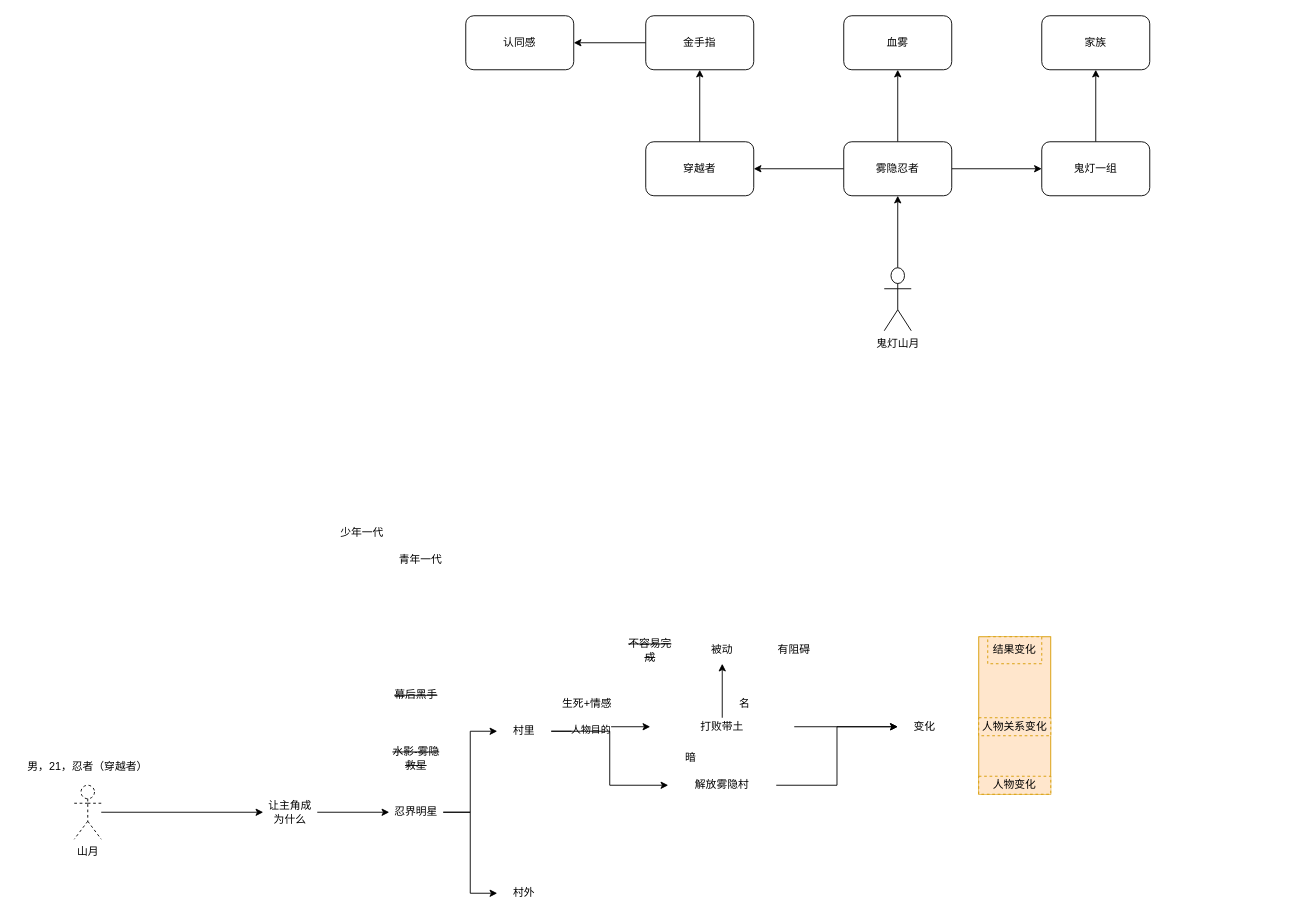
The draw.io diagram 项目图/未命名绘图.drawio in train42/image-host, before the edit. Source tidied: cells renumbered, new cells numbered last; positions are measured from the earlier drawing's top-left corner, leaving out a move shared by most shapes. Both pictures are drawn from the tidied source at 90%, with x=0, y=0 at pixel (15, 15).
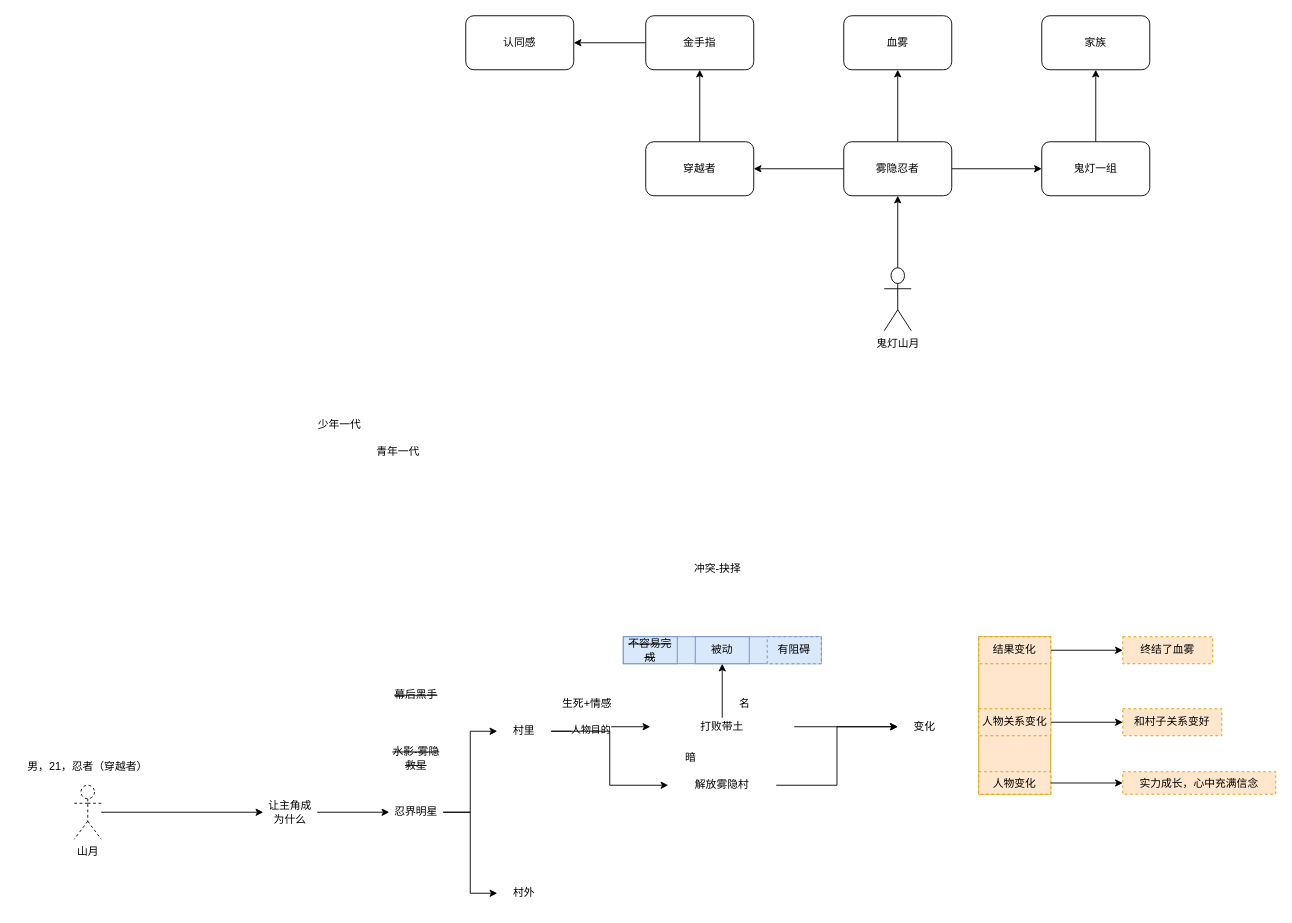
The same diagram, later.

Commit message:
更新未命名绘图.drawio

Unchanged cells that the change refers to:
```xml
<mxCell id="47" style="group;fillColor=#ffe6cc;strokeColor=#d79b00;" parent="1" vertex="1">
  <mxGeometry x="1070" y="690" width="80" height="175" as="geometry" />
</mxCell>
```

Change to the diagram source:
```diff
@@
     <mxCell id="29" value="少年一代" style="text;html=1;strokeColor=none;fillColor=none;align=center;verticalAlign=middle;whiteSpace=wrap;rounded=0;" parent="1" vertex="1">
-      <mxGeometry x="355" y="560" width="60" height="30" as="geometry" />
+      <mxGeometry x="330" y="440" width="60" height="30" as="geometry" />
     </mxCell>
     <mxCell id="30" value="青年一代" style="text;html=1;strokeColor=none;fillColor=none;align=center;verticalAlign=middle;whiteSpace=wrap;rounded=0;" parent="1" vertex="1">
-      <mxGeometry x="420" y="590" width="60" height="30" as="geometry" />
+      <mxGeometry x="395" y="470" width="60" height="30" as="geometry" />
     </mxCell>
@@
-    <mxCell id="34" style="group;" parent="1" vertex="1">
+    <mxCell id="34" style="group;fillColor=#dae8fc;strokeColor=#6c8ebf;" parent="1" vertex="1">
       <mxGeometry x="675" y="690" width="220" height="30" as="geometry" />
     </mxCell>
-    <mxCell id="35" value="&lt;strike&gt;不容易完成&lt;/strike&gt;" style="text;html=1;strokeColor=none;fillColor=none;align=center;verticalAlign=middle;whiteSpace=wrap;rounded=0;" parent="34" vertex="1">
+    <mxCell id="35" value="&lt;strike&gt;不容易完成&lt;/strike&gt;" style="text;html=1;strokeColor=#6c8ebf;fillColor=#dae8fc;align=center;verticalAlign=middle;whiteSpace=wrap;rounded=0;" parent="34" vertex="1">
       <mxGeometry width="60" height="30" as="geometry" />
     </mxCell>
-    <mxCell id="36" value="被动" style="text;html=1;strokeColor=none;fillColor=none;align=center;verticalAlign=middle;whiteSpace=wrap;rounded=0;" parent="34" vertex="1">
+    <mxCell id="36" value="被动" style="text;html=1;strokeColor=#6c8ebf;fillColor=#dae8fc;align=center;verticalAlign=middle;whiteSpace=wrap;rounded=0;" parent="34" vertex="1">
       <mxGeometry x="80" width="60" height="30" as="geometry" />
     </mxCell>
-    <mxCell id="37" value="有阻碍" style="text;html=1;strokeColor=none;fillColor=none;align=center;verticalAlign=middle;whiteSpace=wrap;rounded=0;dashed=1;" parent="34" vertex="1">
+    <mxCell id="37" value="有阻碍" style="text;html=1;strokeColor=#6c8ebf;fillColor=#dae8fc;align=center;verticalAlign=middle;whiteSpace=wrap;rounded=0;dashed=1;" parent="34" vertex="1">
       <mxGeometry x="160" width="60" height="30" as="geometry" />
     </mxCell>
@@
     <mxCell id="48" value="结果变化" style="text;html=1;strokeColor=#d79b00;fillColor=#ffe6cc;align=center;verticalAlign=middle;whiteSpace=wrap;rounded=0;dashed=1;" parent="47" vertex="1">
-      <mxGeometry x="10" width="60" height="30" as="geometry" />
+      <mxGeometry width="80" height="30" as="geometry" />
     </mxCell>
     <mxCell id="49" value="人物关系变化" style="text;html=1;strokeColor=#d79b00;fillColor=#ffe6cc;align=center;verticalAlign=middle;whiteSpace=wrap;rounded=0;dashed=1;" parent="47" vertex="1">
-      <mxGeometry y="90" width="80" height="20" as="geometry" />
+      <mxGeometry y="80" width="80" height="30" as="geometry" />
     </mxCell>
     <mxCell id="50" value="人物变化" style="text;html=1;strokeColor=#d79b00;fillColor=#ffe6cc;align=center;verticalAlign=middle;whiteSpace=wrap;rounded=0;dashed=1;" parent="47" vertex="1">
-      <mxGeometry y="155" width="80" height="20" as="geometry" />
+      <mxGeometry y="150" width="80" height="25" as="geometry" />
     </mxCell>
+    <mxCell id="51" value="和村子关系变好" style="text;html=1;strokeColor=#d79b00;fillColor=#ffe6cc;align=center;verticalAlign=middle;whiteSpace=wrap;rounded=0;dashed=1;" parent="1" vertex="1">
+      <mxGeometry x="1230" y="770" width="110" height="30" as="geometry" />
+    </mxCell>
+    <mxCell id="52" style="edgeStyle=orthogonalEdgeStyle;rounded=0;jettySize=auto;html=1;" parent="1" edge="1" source="49" target="51">
+      <mxGeometry relative="1" as="geometry" />
+    </mxCell>
+    <mxCell id="53" value="终结了血雾" style="text;html=1;strokeColor=#d79b00;fillColor=#ffe6cc;align=center;verticalAlign=middle;whiteSpace=wrap;rounded=0;dashed=1;" parent="1" vertex="1">
+      <mxGeometry x="1230" y="690" width="100" height="30" as="geometry" />
+    </mxCell>
+    <mxCell id="54" style="edgeStyle=orthogonalEdgeStyle;rounded=0;jettySize=auto;html=1;" parent="1" edge="1" source="48" target="53">
+      <mxGeometry relative="1" as="geometry" />
+    </mxCell>
+    <mxCell id="55" value="实力成长，心中充满信念" style="text;html=1;strokeColor=#d79b00;fillColor=#ffe6cc;align=center;verticalAlign=middle;whiteSpace=wrap;rounded=0;dashed=1;" parent="1" vertex="1">
+      <mxGeometry x="1230" y="840" width="170" height="25" as="geometry" />
+    </mxCell>
+    <mxCell id="56" style="edgeStyle=orthogonalEdgeStyle;rounded=0;jettySize=auto;html=1;" parent="1" edge="1" source="50" target="55">
+      <mxGeometry relative="1" as="geometry" />
+    </mxCell>
+    <mxCell id="57" value="冲突-抉择" style="text;html=1;strokeColor=none;fillColor=none;align=center;verticalAlign=middle;whiteSpace=wrap;rounded=0;dashed=1;" parent="1" vertex="1">
+      <mxGeometry x="750" y="600" width="60" height="30" as="geometry" />
+    </mxCell>
```
